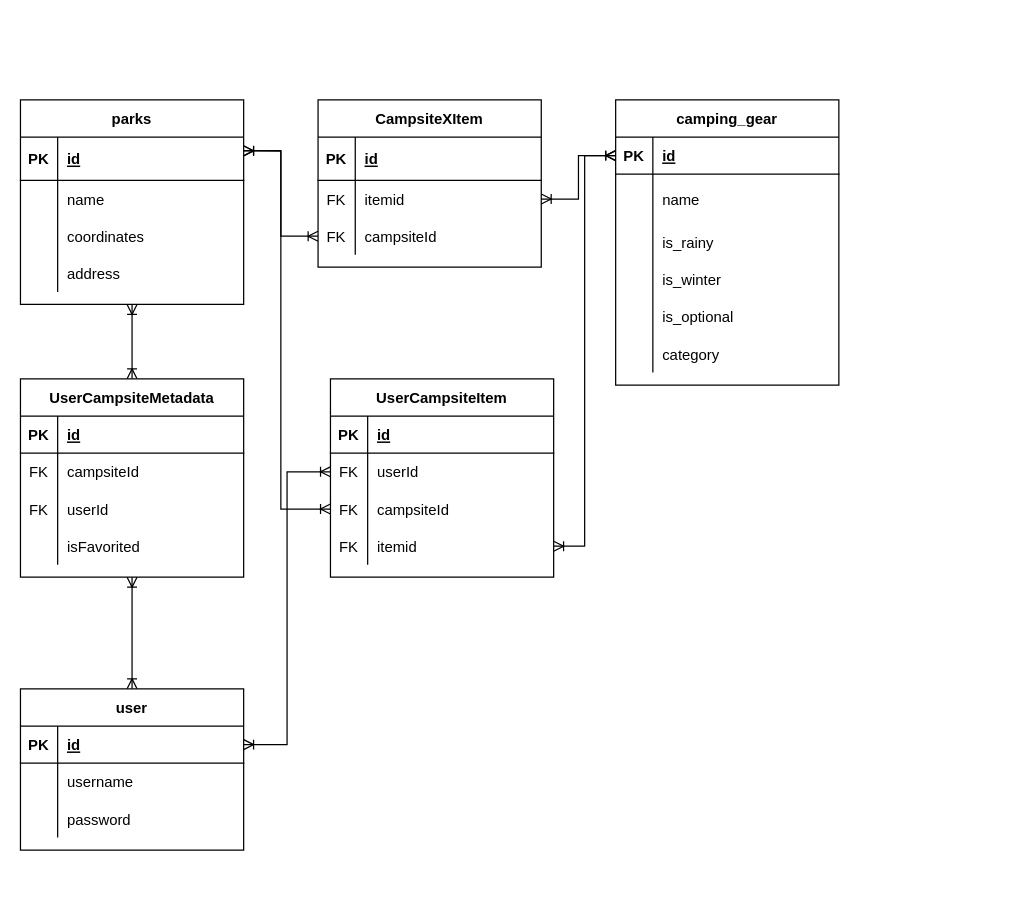
The draw.io diagram campsite1.drawio in alishahwee/camping-data-modeling, before the edit. Source tidied: cells renumbered, new cells numbered last; positions are measured from the earlier drawing's top-left corner, leaving out a move shared by most shapes. Both pictures are drawn from the tidied source at 124%, with x=0, y=0 at pixel (20, 31).
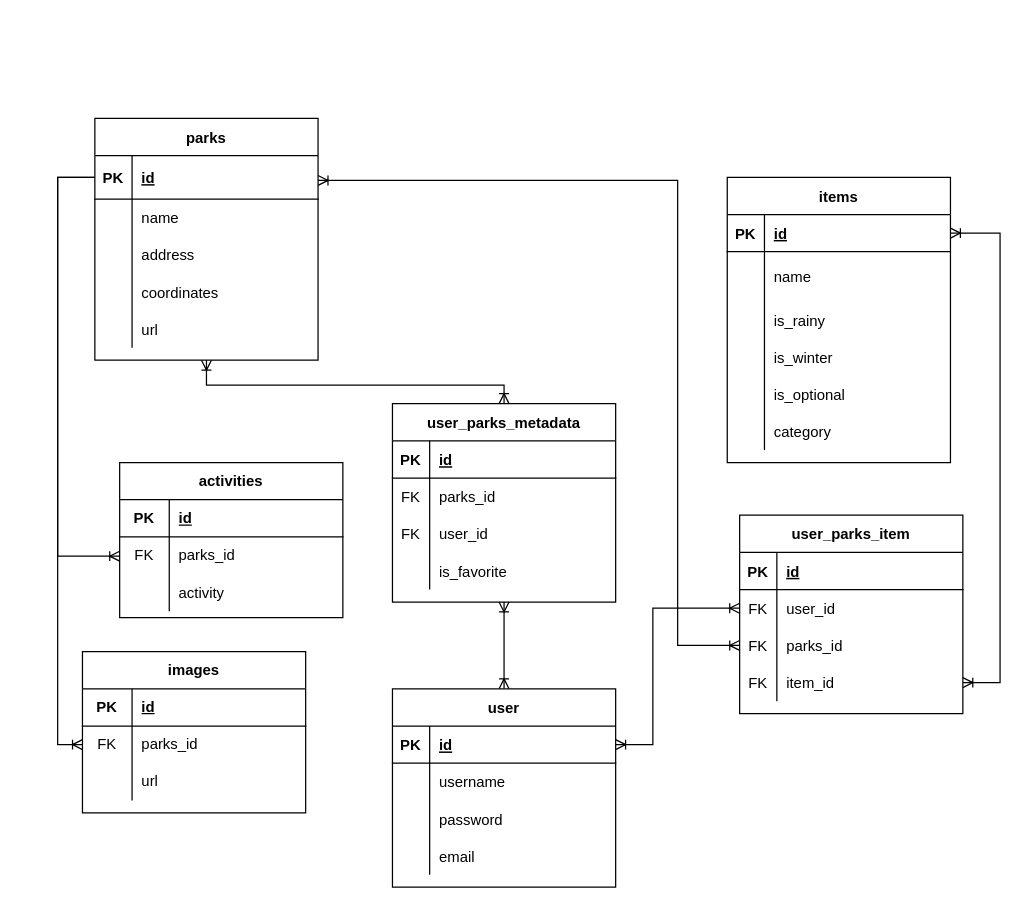
The same page after the edit.

The change refers to these unchanged cells:
```xml
<mxCell id="3" style="shape=partialRectangle;fillColor=none;top=0;left=0;bottom=1;right=0;points=[[0,0.5],[1,0.5]];portConstraint=eastwest;" parent="2" vertex="1">
  <mxGeometry y="30" width="180" height="30" as="geometry" />
</mxCell>
<mxCell id="23" style="shape=partialRectangle;fillColor=none;top=0;left=0;bottom=1;right=0;points=[[0,0.5],[1,0.5]];portConstraint=eastwest;" parent="22" vertex="1">
  <mxGeometry y="30" width="180" height="35" as="geometry" />
</mxCell>
<mxCell id="49" style="shape=partialRectangle;fillColor=none;top=0;left=0;bottom=1;right=0;points=[[0,0.5],[1,0.5]];portConstraint=eastwest;" parent="48" vertex="1">
  <mxGeometry y="30" width="180" height="30" as="geometry" />
</mxCell>
<mxCell id="63" style="shape=partialRectangle;fillColor=none;top=0;left=0;bottom=0;right=0;" parent="59" vertex="1">
  <mxGeometry y="60" width="180" height="30" as="geometry" />
</mxCell>
<mxCell id="66" style="shape=partialRectangle;fillColor=none;top=0;left=0;bottom=0;right=0;" parent="59" vertex="1">
  <mxGeometry y="90" width="180" height="30" as="geometry" />
</mxCell>
<mxCell id="69" style="shape=partialRectangle;fillColor=none;top=0;left=0;bottom=0;right=0;" parent="59" vertex="1">
  <mxGeometry y="120" width="180" height="30" as="geometry" />
</mxCell>
<mxCell id="76" style="shape=partialRectangle;fillColor=none;top=0;left=0;bottom=0;right=0;points=[[0,0.5],[1,0.5]];portConstraint=eastwest;" parent="72" vertex="1">
  <mxGeometry y="60" width="180" height="30" as="geometry" />
</mxCell>
<mxCell id="79" style="shape=partialRectangle;fillColor=none;top=0;left=0;bottom=0;right=0;points=[[0,0.5],[1,0.5]];portConstraint=eastwest;" parent="72" vertex="1">
  <mxGeometry y="90" width="180" height="30" as="geometry" />
</mxCell>
<mxCell id="82" style="shape=partialRectangle;fillColor=none;top=0;left=0;bottom=0;right=0;points=[[0,0.5],[1,0.5]];portConstraint=eastwest;" parent="72" vertex="1">
  <mxGeometry y="120" width="180" height="30" as="geometry" />
</mxCell>
```

What changed in the source:
```diff
@@
-    <mxCell id="2" value="camping_gear" style="shape=table;startSize=30;childLayout=tableLayout;rowLines=0;fontStyle=1;align=center;" parent="1" vertex="1">
-      <mxGeometry x="480" y="55" width="180" height="230" as="geometry" />
+    <mxCell id="2" value="items" style="shape=table;startSize=30;childLayout=tableLayout;rowLines=0;fontStyle=1;align=center;" parent="1" vertex="1">
+      <mxGeometry x="570" y="117.5" width="180" height="230" as="geometry" />
     </mxCell>
@@
-    <mxCell id="21" style="edgeStyle=orthogonalEdgeStyle;rounded=0;jettySize=auto;html=1;exitX=1;exitY=0.25;exitDx=0;exitDy=0;entryX=0;entryY=0.5;entryDx=0;entryDy=0;endArrow=ERoneToMany;endFill=0;startArrow=ERoneToMany;startFill=0;" parent="1" edge="1" source="22" target="42">
-      <mxGeometry relative="1" as="geometry" />
-    </mxCell>
     <mxCell id="22" value="parks" style="shape=table;startSize=30;childLayout=tableLayout;rowLines=0;fontStyle=1;align=center;" parent="1" vertex="1">
-      <mxGeometry y="55" width="180" height="165" as="geometry" />
+      <mxGeometry x="60" y="70" width="180" height="195" as="geometry" />
     </mxCell>
@@
+    <mxCell id="32" style="shape=partialRectangle;fillColor=none;top=0;left=0;bottom=0;right=0;" parent="22" vertex="1">
+      <mxGeometry y="95" width="180" height="30" as="geometry" />
+    </mxCell>
+    <mxCell id="33" style="shape=partialRectangle;fillColor=none;top=0;left=0;bottom=0;right=0;overflow=hidden;" parent="32" vertex="1">
+      <mxGeometry width="30" height="30" as="geometry" />
+    </mxCell>
+    <mxCell id="34" value="address" style="shape=partialRectangle;fillColor=none;top=0;left=0;bottom=0;right=0;align=left;spacingLeft=6;overflow=hidden;" parent="32" vertex="1">
+      <mxGeometry x="30" width="150" height="30" as="geometry" />
+    </mxCell>
     <mxCell id="29" style="shape=partialRectangle;fillColor=none;top=0;left=0;bottom=0;right=0;" parent="22" vertex="1">
-      <mxGeometry y="95" width="180" height="30" as="geometry" />
+      <mxGeometry y="125" width="180" height="30" as="geometry" />
     </mxCell>
@@
-    <mxCell id="32" style="shape=partialRectangle;fillColor=none;top=0;left=0;bottom=0;right=0;" parent="22" vertex="1">
-      <mxGeometry y="125" width="180" height="30" as="geometry" />
-    </mxCell>
-    <mxCell id="33" style="shape=partialRectangle;fillColor=none;top=0;left=0;bottom=0;right=0;overflow=hidden;" parent="32" vertex="1">
-      <mxGeometry width="30" height="30" as="geometry" />
-    </mxCell>
-    <mxCell id="34" value="address" style="shape=partialRectangle;fillColor=none;top=0;left=0;bottom=0;right=0;align=left;spacingLeft=6;overflow=hidden;" parent="32" vertex="1">
-      <mxGeometry x="30" width="150" height="30" as="geometry" />
-    </mxCell>
-    <mxCell id="35" value="CampsiteXItem" style="shape=table;startSize=30;childLayout=tableLayout;rowLines=0;fontStyle=1;align=center;" parent="1" vertex="1">
-      <mxGeometry x="240" y="55" width="180" height="135" as="geometry" />
-    </mxCell>
-    <mxCell id="36" style="shape=partialRectangle;fillColor=none;top=0;left=0;bottom=1;right=0;" parent="35" vertex="1">
-      <mxGeometry y="30" width="180" height="35" as="geometry" />
-    </mxCell>
-    <mxCell id="37" value="PK" style="shape=partialRectangle;fillColor=none;top=0;left=0;bottom=0;right=0;fontStyle=1;overflow=hidden;" parent="36" vertex="1">
-      <mxGeometry width="30" height="35" as="geometry" />
-    </mxCell>
-    <mxCell id="38" value="id" style="shape=partialRectangle;fillColor=none;top=0;left=0;bottom=0;right=0;align=left;spacingLeft=6;fontStyle=5;overflow=hidden;" parent="36" vertex="1">
-      <mxGeometry x="30" width="150" height="35" as="geometry" />
-    </mxCell>
-    <mxCell id="39" style="shape=partialRectangle;fillColor=none;top=0;left=0;bottom=0;right=0;points=[[0,0.5],[1,0.5]];portConstraint=eastwest;" parent="35" vertex="1">
-      <mxGeometry y="65" width="180" height="30" as="geometry" />
-    </mxCell>
-    <mxCell id="40" value="FK" style="shape=partialRectangle;fillColor=none;top=0;left=0;bottom=0;right=0;overflow=hidden;" parent="39" vertex="1">
-      <mxGeometry width="30" height="30" as="geometry" />
-    </mxCell>
-    <mxCell id="41" value="itemid" style="shape=partialRectangle;fillColor=none;top=0;left=0;bottom=0;right=0;align=left;spacingLeft=6;overflow=hidden;" parent="39" vertex="1">
-      <mxGeometry x="30" width="150" height="30" as="geometry" />
-    </mxCell>
-    <mxCell id="42" style="shape=partialRectangle;fillColor=none;top=0;left=0;bottom=0;right=0;points=[[0,0.5],[1,0.5]];portConstraint=eastwest;" parent="35" vertex="1">
-      <mxGeometry y="95" width="180" height="30" as="geometry" />
-    </mxCell>
-    <mxCell id="43" value="FK" style="shape=partialRectangle;fillColor=none;top=0;left=0;bottom=0;right=0;overflow=hidden;" parent="42" vertex="1">
-      <mxGeometry width="30" height="30" as="geometry" />
-    </mxCell>
-    <mxCell id="44" value="campsiteId" style="shape=partialRectangle;fillColor=none;top=0;left=0;bottom=0;right=0;align=left;spacingLeft=6;overflow=hidden;" parent="42" vertex="1">
-      <mxGeometry x="30" width="150" height="30" as="geometry" />
-    </mxCell>
-    <mxCell id="45" style="edgeStyle=orthogonalEdgeStyle;rounded=0;jettySize=auto;html=1;exitX=0;exitY=0.5;exitDx=0;exitDy=0;entryX=1;entryY=0.5;entryDx=0;entryDy=0;startArrow=ERoneToMany;startFill=0;endArrow=ERoneToMany;endFill=0;" parent="1" edge="1" source="3" target="39">
-      <mxGeometry relative="1" as="geometry" />
-    </mxCell>
+    <mxCell id="88" style="shape=partialRectangle;fillColor=none;top=0;left=0;bottom=0;right=0;" parent="22" vertex="1">
+      <mxGeometry y="155" width="180" height="30" as="geometry" />
+    </mxCell>
+    <mxCell id="89" style="shape=partialRectangle;fillColor=none;top=0;left=0;bottom=0;right=0;overflow=hidden;" parent="88" vertex="1">
+      <mxGeometry width="30" height="30" as="geometry" />
+    </mxCell>
+    <mxCell id="90" value="url" style="shape=partialRectangle;fillColor=none;top=0;left=0;bottom=0;right=0;align=left;spacingLeft=6;overflow=hidden;" parent="88" vertex="1">
+      <mxGeometry x="30" width="150" height="30" as="geometry" />
+    </mxCell>
@@
     <mxCell id="47" style="edgeStyle=orthogonalEdgeStyle;rounded=0;jettySize=auto;html=1;exitX=0.5;exitY=0;exitDx=0;exitDy=0;entryX=0.5;entryY=1;entryDx=0;entryDy=0;startArrow=ERoneToMany;startFill=0;endArrow=ERoneToMany;endFill=0;" parent="1" edge="1" source="48" target="59">
-      <mxGeometry relative="1" as="geometry" />
+      <mxGeometry relative="1" as="geometry">
+        <Array as="points">
+          <mxPoint x="390" y="470" />
+          <mxPoint x="390" y="470" />
+        </Array>
+      </mxGeometry>
     </mxCell>
     <mxCell id="48" value="user" style="shape=table;startSize=30;childLayout=tableLayout;rowLines=0;fontStyle=1;align=center;" parent="1" vertex="1">
-      <mxGeometry y="530" width="180" height="130" as="geometry" />
+      <mxGeometry x="300" y="530" width="180" height="160" as="geometry" />
     </mxCell>
@@
+    <mxCell id="91" style="shape=partialRectangle;fillColor=none;top=0;left=0;bottom=0;right=0;" parent="48" vertex="1">
+      <mxGeometry y="120" width="180" height="30" as="geometry" />
+    </mxCell>
+    <mxCell id="92" style="shape=partialRectangle;fillColor=none;top=0;left=0;bottom=0;right=0;overflow=hidden;" parent="91" vertex="1">
+      <mxGeometry width="30" height="30" as="geometry" />
+    </mxCell>
+    <mxCell id="93" value="email" style="shape=partialRectangle;fillColor=none;top=0;left=0;bottom=0;right=0;align=left;spacingLeft=6;overflow=hidden;" parent="91" vertex="1">
+      <mxGeometry x="30" width="150" height="30" as="geometry" />
+    </mxCell>
     <mxCell id="58" style="edgeStyle=orthogonalEdgeStyle;rounded=0;jettySize=auto;html=1;exitX=0.5;exitY=0;exitDx=0;exitDy=0;entryX=0.5;entryY=1;entryDx=0;entryDy=0;startArrow=ERoneToMany;startFill=0;endArrow=ERoneToMany;endFill=0;" parent="1" edge="1" source="59" target="22">
-      <mxGeometry relative="1" as="geometry" />
+      <mxGeometry relative="1" as="geometry">
+        <Array as="points">
+          <mxPoint x="390" y="285" />
+          <mxPoint x="150" y="285" />
+        </Array>
+      </mxGeometry>
     </mxCell>
-    <mxCell id="59" value="UserCampsiteMetadata" style="shape=table;startSize=30;childLayout=tableLayout;rowLines=0;fontStyle=1;align=center;" parent="1" vertex="1">
-      <mxGeometry y="280" width="180" height="160" as="geometry" />
+    <mxCell id="59" value="user_parks_metadata" style="shape=table;startSize=30;childLayout=tableLayout;rowLines=0;fontStyle=1;align=center;" parent="1" vertex="1">
+      <mxGeometry x="300" y="300" width="180" height="160" as="geometry" />
     </mxCell>
@@
-    <mxCell id="65" value="campsiteId" style="shape=partialRectangle;fillColor=none;top=0;left=0;bottom=0;right=0;align=left;spacingLeft=6;overflow=hidden;" parent="63" vertex="1">
+    <mxCell id="65" value="parks_id" style="shape=partialRectangle;fillColor=none;top=0;left=0;bottom=0;right=0;align=left;spacingLeft=6;overflow=hidden;" parent="63" vertex="1">
       <mxGeometry x="30" width="150" height="30" as="geometry" />
     </mxCell>
@@
-    <mxCell id="68" value="userId" style="shape=partialRectangle;fillColor=none;top=0;left=0;bottom=0;right=0;align=left;spacingLeft=6;overflow=hidden;" parent="66" vertex="1">
+    <mxCell id="68" value="user_id" style="shape=partialRectangle;fillColor=none;top=0;left=0;bottom=0;right=0;align=left;spacingLeft=6;overflow=hidden;" parent="66" vertex="1">
       <mxGeometry x="30" width="150" height="30" as="geometry" />
     </mxCell>
@@
-    <mxCell id="71" value="isFavorited" style="shape=partialRectangle;fillColor=none;top=0;left=0;bottom=0;right=0;align=left;spacingLeft=6;overflow=hidden;" parent="69" vertex="1">
+    <mxCell id="71" value="is_favorite" style="shape=partialRectangle;fillColor=none;top=0;left=0;bottom=0;right=0;align=left;spacingLeft=6;overflow=hidden;" parent="69" vertex="1">
       <mxGeometry x="30" width="150" height="30" as="geometry" />
     </mxCell>
-    <mxCell id="72" value="UserCampsiteItem" style="shape=table;startSize=30;childLayout=tableLayout;rowLines=0;fontStyle=1;align=center;" parent="1" vertex="1">
-      <mxGeometry x="250" y="280" width="180" height="160" as="geometry" />
+    <mxCell id="72" value="user_parks_item" style="shape=table;startSize=30;childLayout=tableLayout;rowLines=0;fontStyle=1;align=center;" parent="1" vertex="1">
+      <mxGeometry x="580" y="390" width="180" height="160" as="geometry" />
     </mxCell>
@@
-    <mxCell id="78" value="userId" style="shape=partialRectangle;fillColor=none;top=0;left=0;bottom=0;right=0;align=left;spacingLeft=6;overflow=hidden;" parent="76" vertex="1">
+    <mxCell id="78" value="user_id" style="shape=partialRectangle;fillColor=none;top=0;left=0;bottom=0;right=0;align=left;spacingLeft=6;overflow=hidden;" parent="76" vertex="1">
       <mxGeometry x="30" width="150" height="30" as="geometry" />
     </mxCell>
@@
-    <mxCell id="81" value="campsiteId" style="shape=partialRectangle;fillColor=none;top=0;left=0;bottom=0;right=0;align=left;spacingLeft=6;overflow=hidden;" parent="79" vertex="1">
+    <mxCell id="81" value="parks_id" style="shape=partialRectangle;fillColor=none;top=0;left=0;bottom=0;right=0;align=left;spacingLeft=6;overflow=hidden;" parent="79" vertex="1">
       <mxGeometry x="30" width="150" height="30" as="geometry" />
     </mxCell>
@@
-    <mxCell id="84" value="itemid" style="shape=partialRectangle;fillColor=none;top=0;left=0;bottom=0;right=0;align=left;spacingLeft=6;overflow=hidden;" parent="82" vertex="1">
+    <mxCell id="84" value="item_id" style="shape=partialRectangle;fillColor=none;top=0;left=0;bottom=0;right=0;align=left;spacingLeft=6;overflow=hidden;" parent="82" vertex="1">
       <mxGeometry x="30" width="150" height="30" as="geometry" />
     </mxCell>
-    <mxCell id="85" style="edgeStyle=orthogonalEdgeStyle;rounded=0;jettySize=auto;html=1;exitX=1;exitY=0.5;exitDx=0;exitDy=0;entryX=0;entryY=0.5;entryDx=0;entryDy=0;startArrow=ERoneToMany;startFill=0;endArrow=ERoneToMany;endFill=0;" parent="1" edge="1" source="82" target="3">
-      <mxGeometry relative="1" as="geometry" />
+    <mxCell id="85" style="edgeStyle=orthogonalEdgeStyle;rounded=0;jettySize=auto;html=1;exitX=1;exitY=0.5;exitDx=0;exitDy=0;entryX=1;entryY=0.5;entryDx=0;entryDy=0;startArrow=ERoneToMany;startFill=0;endArrow=ERoneToMany;endFill=0;" parent="1" edge="1" source="82" target="3">
+      <mxGeometry relative="1" as="geometry">
+        <Array as="points">
+          <mxPoint x="790" y="525" />
+          <mxPoint x="790" y="163" />
+        </Array>
+      </mxGeometry>
     </mxCell>
-    <mxCell id="86" style="edgeStyle=orthogonalEdgeStyle;rounded=0;jettySize=auto;html=1;exitX=0;exitY=0.5;exitDx=0;exitDy=0;entryX=1;entryY=0.314;entryDx=0;entryDy=0;entryPerimeter=0;startArrow=ERoneToMany;startFill=0;endArrow=ERoneToMany;endFill=0;" parent="1" edge="1" source="79" target="23">
+    <mxCell id="86" style="edgeStyle=orthogonalEdgeStyle;rounded=0;jettySize=auto;html=1;startArrow=ERoneToMany;startFill=0;endArrow=ERoneToMany;endFill=0;entryX=0;entryY=0.5;entryDx=0;entryDy=0;" parent="1" edge="1" source="22" target="79">
       <mxGeometry relative="1" as="geometry">
         <Array as="points">
-          <mxPoint x="210" y="385" />
-          <mxPoint x="210" y="96" />
+          <mxPoint x="530" y="120" />
+          <mxPoint x="530" y="495" />
         </Array>
       </mxGeometry>
     </mxCell>
     <mxCell id="87" style="edgeStyle=orthogonalEdgeStyle;rounded=0;jettySize=auto;html=1;exitX=0;exitY=0.5;exitDx=0;exitDy=0;entryX=1;entryY=0.5;entryDx=0;entryDy=0;startArrow=ERoneToMany;startFill=0;endArrow=ERoneToMany;endFill=0;" parent="1" edge="1" source="76" target="49">
-      <mxGeometry relative="1" as="geometry" />
+      <mxGeometry relative="1" as="geometry">
+        <Array as="points">
+          <mxPoint x="510" y="465" />
+          <mxPoint x="510" y="575" />
+        </Array>
+      </mxGeometry>
     </mxCell>
+    <mxCell id="94" value="activities" style="shape=table;html=1;whiteSpace=wrap;startSize=30;childLayout=tableLayout;rowLines=0;fontStyle=1;align=center;" parent="1" vertex="1">
+      <mxGeometry x="80" y="347.5" width="180" height="125" as="geometry" />
+    </mxCell>
+    <mxCell id="95" style="shape=partialRectangle;html=1;whiteSpace=wrap;fillColor=none;top=0;left=0;bottom=1;right=0;" parent="94" vertex="1">
+      <mxGeometry y="30" width="180" height="30" as="geometry" />
+    </mxCell>
+    <mxCell id="96" value="&lt;b&gt;PK&lt;/b&gt;" style="shape=partialRectangle;html=1;whiteSpace=wrap;fillColor=none;top=0;left=0;bottom=0;right=0;overflow=hidden;" parent="95" vertex="1">
+      <mxGeometry width="40" height="30" as="geometry" />
+    </mxCell>
+    <mxCell id="97" value="id" style="shape=partialRectangle;html=1;whiteSpace=wrap;fillColor=none;top=0;left=0;bottom=0;right=0;align=left;spacingLeft=6;overflow=hidden;fontStyle=5;" parent="95" vertex="1">
+      <mxGeometry x="40" width="140" height="30" as="geometry" />
+    </mxCell>
+    <mxCell id="98" style="shape=partialRectangle;html=1;whiteSpace=wrap;fillColor=none;top=0;left=0;bottom=0;right=0;points=[[0,0.5],[1,0.5]];portConstraint=eastwest;" parent="94" vertex="1">
+      <mxGeometry y="60" width="180" height="30" as="geometry" />
+    </mxCell>
+    <mxCell id="99" value="FK" style="shape=partialRectangle;html=1;whiteSpace=wrap;fillColor=none;top=0;left=0;bottom=0;right=0;overflow=hidden;" parent="98" vertex="1">
+      <mxGeometry width="40" height="30" as="geometry" />
+    </mxCell>
+    <mxCell id="100" value="parks_id" style="shape=partialRectangle;html=1;whiteSpace=wrap;fillColor=none;top=0;left=0;bottom=0;right=0;align=left;spacingLeft=6;overflow=hidden;" parent="98" vertex="1">
+      <mxGeometry x="40" width="140" height="30" as="geometry" />
+    </mxCell>
+    <mxCell id="101" style="shape=partialRectangle;html=1;whiteSpace=wrap;fillColor=none;top=0;left=0;bottom=0;right=0;" parent="94" vertex="1">
+      <mxGeometry y="90" width="180" height="30" as="geometry" />
+    </mxCell>
+    <mxCell id="102" style="shape=partialRectangle;html=1;whiteSpace=wrap;fillColor=none;top=0;left=0;bottom=0;right=0;overflow=hidden;" parent="101" vertex="1">
+      <mxGeometry width="40" height="30" as="geometry" />
+    </mxCell>
+    <mxCell id="103" value="activity" style="shape=partialRectangle;html=1;whiteSpace=wrap;fillColor=none;top=0;left=0;bottom=0;right=0;align=left;spacingLeft=6;overflow=hidden;" parent="101" vertex="1">
+      <mxGeometry x="40" width="140" height="30" as="geometry" />
+    </mxCell>
+    <mxCell id="104" value="images" style="shape=table;html=1;whiteSpace=wrap;startSize=30;childLayout=tableLayout;rowLines=0;fontStyle=1;align=center;" parent="1" vertex="1">
+      <mxGeometry x="50" y="500" width="180" height="130" as="geometry" />
+    </mxCell>
+    <mxCell id="105" style="shape=partialRectangle;html=1;whiteSpace=wrap;fillColor=none;top=0;left=0;bottom=1;right=0;" parent="104" vertex="1">
+      <mxGeometry y="30" width="180" height="30" as="geometry" />
+    </mxCell>
+    <mxCell id="106" value="&lt;b&gt;PK&lt;/b&gt;" style="shape=partialRectangle;html=1;whiteSpace=wrap;fillColor=none;top=0;left=0;bottom=0;right=0;overflow=hidden;" parent="105" vertex="1">
+      <mxGeometry width="40" height="30" as="geometry" />
+    </mxCell>
+    <mxCell id="107" value="&lt;b&gt;&lt;u&gt;id&lt;/u&gt;&lt;/b&gt;" style="shape=partialRectangle;html=1;whiteSpace=wrap;fillColor=none;top=0;left=0;bottom=0;right=0;align=left;spacingLeft=6;overflow=hidden;" parent="105" vertex="1">
+      <mxGeometry x="40" width="140" height="30" as="geometry" />
+    </mxCell>
+    <mxCell id="108" style="shape=partialRectangle;html=1;whiteSpace=wrap;fillColor=none;top=0;left=0;bottom=0;right=0;points=[[0,0.5],[1,0.5]];portConstraint=eastwest;" parent="104" vertex="1">
+      <mxGeometry y="60" width="180" height="30" as="geometry" />
+    </mxCell>
+    <mxCell id="109" value="FK" style="shape=partialRectangle;html=1;whiteSpace=wrap;fillColor=none;top=0;left=0;bottom=0;right=0;overflow=hidden;" parent="108" vertex="1">
+      <mxGeometry width="40" height="30" as="geometry" />
+    </mxCell>
+    <mxCell id="110" value="parks_id" style="shape=partialRectangle;html=1;whiteSpace=wrap;fillColor=none;top=0;left=0;bottom=0;right=0;align=left;spacingLeft=6;overflow=hidden;" parent="108" vertex="1">
+      <mxGeometry x="40" width="140" height="30" as="geometry" />
+    </mxCell>
+    <mxCell id="111" style="shape=partialRectangle;html=1;whiteSpace=wrap;fillColor=none;top=0;left=0;bottom=0;right=0;" parent="104" vertex="1">
+      <mxGeometry y="90" width="180" height="30" as="geometry" />
+    </mxCell>
+    <mxCell id="112" style="shape=partialRectangle;html=1;whiteSpace=wrap;fillColor=none;top=0;left=0;bottom=0;right=0;overflow=hidden;" parent="111" vertex="1">
+      <mxGeometry width="40" height="30" as="geometry" />
+    </mxCell>
+    <mxCell id="113" value="url" style="shape=partialRectangle;html=1;whiteSpace=wrap;fillColor=none;top=0;left=0;bottom=0;right=0;align=left;spacingLeft=6;overflow=hidden;" parent="111" vertex="1">
+      <mxGeometry x="40" width="140" height="30" as="geometry" />
+    </mxCell>
+    <mxCell id="114" style="edgeStyle=orthogonalEdgeStyle;rounded=0;jettySize=auto;html=1;exitX=0;exitY=0.5;exitDx=0;exitDy=0;endArrow=ERoneToMany;endFill=0;" parent="1" edge="1" source="23" target="98">
+      <mxGeometry relative="1" as="geometry">
+        <Array as="points">
+          <mxPoint x="30" y="118" />
+          <mxPoint x="30" y="423" />
+        </Array>
+      </mxGeometry>
+    </mxCell>
+    <mxCell id="115" style="edgeStyle=orthogonalEdgeStyle;rounded=0;jettySize=auto;html=1;entryX=0;entryY=0.5;entryDx=0;entryDy=0;endArrow=ERoneToMany;endFill=0;" parent="1" edge="1" source="23" target="108">
+      <mxGeometry relative="1" as="geometry" />
+    </mxCell>
```
